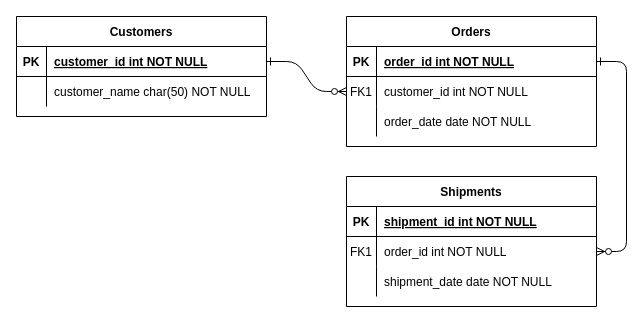
This is Diagrama sin título.drawio from miguelcesur/gbdpub, a draw.io file, before an edit. Source tidied: cells renumbered, new cells numbered last; positions are measured from the earlier drawing's top-left corner, leaving out a move shared by most shapes. Both pictures are drawn from the tidied source at 100%, with x=0, y=0 at pixel (16, 16).
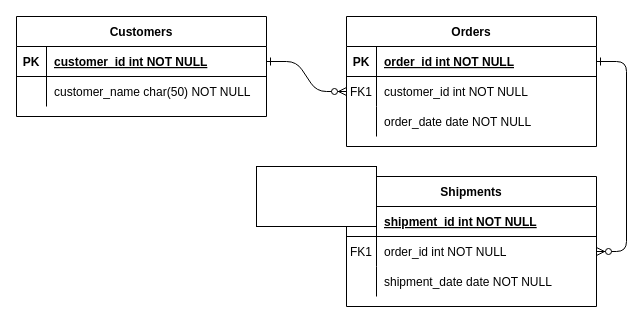
The same page after the edit.

Change to the diagram source:
```diff
@@
+    <mxCell id="31" style="rounded=0;whiteSpace=wrap;html=1;" parent="1" vertex="1">
+      <mxGeometry x="240" y="150" width="120" height="60" as="geometry" />
+    </mxCell>
```
